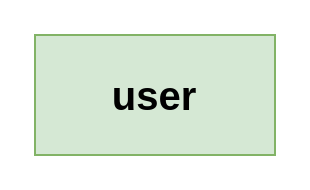
The draw.io diagram Untitled Diagram.drawio in hansangyeob/summer-project2020, before the edit. Source tidied: cells renumbered, new cells numbered last; positions are measured from the earlier drawing's top-left corner, leaving out a move shared by most shapes. Both pictures are drawn from the tidied source at 200%, with x=0, y=0 at pixel (34, 34).
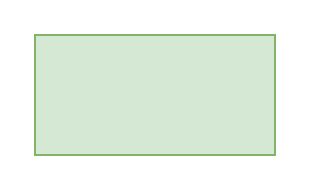
After the change.

What changed in the source:
```diff
@@
 <mxGraphModel>
   <root>
     <mxCell id="0" />
     <mxCell id="1" parent="0" />
-    <mxCell id="2" value="user" style="rounded=0;whiteSpace=wrap;html=1;fillColor=#d5e8d4;strokeColor=#82b366;fontStyle=1;fontSize=20;" parent="1" vertex="1">
+    <mxCell id="2" style="rounded=0;whiteSpace=wrap;html=1;fillColor=#d5e8d4;strokeColor=#82b366;fontStyle=1;fontSize=20;" parent="1" vertex="1">
       <mxGeometry width="120" height="60" as="geometry" />
     </mxCell>
   </root>
 </mxGraphModel>
```
